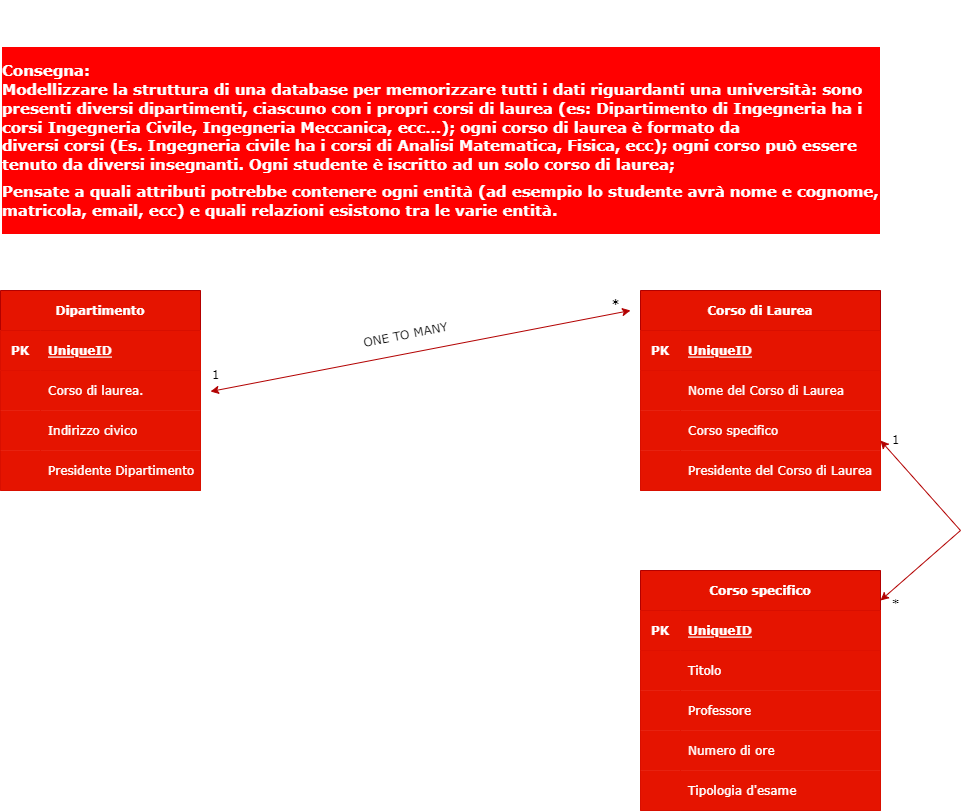
This is database diagram/Diagramma E-R.drawio.png from davidectna/db-university, a draw.io export, as it was before one commit. Source tidied: cells renumbered, new cells last; positions are measured from the earlier drawing's top-left corner, leaving out a move shared by most shapes.
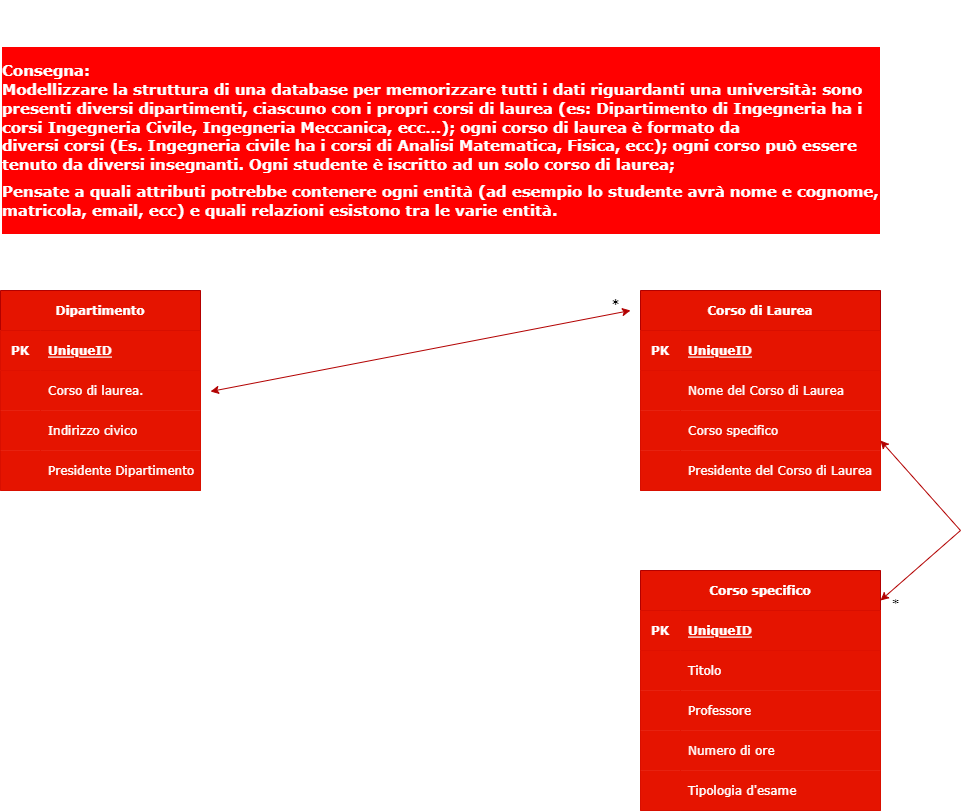
After the change.

The edit, as a diff of the source:
```diff
@@ -47,43 +47,43 @@
     <mxCell id="16" value="Corso di Laurea" style="shape=table;startSize=40;rowLines=0;fontStyle=1;align=center;labelBackgroundColor=none;labelBorderColor=none;fontFamily=Verdana;fillColor=#e51400;strokeColor=#B20000;fontColor=#ffffff;" parent="1" vertex="1">
       <mxGeometry x="640" y="290" width="240" height="200" as="geometry" />
     </mxCell>
-    <mxCell id="17" style="shape=tableRow;horizontal=0;startSize=0;swimlaneHead=0;swimlaneBody=0;fillColor=#e51400;top=0;left=0;right=0;bottom=1;labelBackgroundColor=none;labelBorderColor=none;fontFamily=Verdana;strokeColor=#B20000;fontColor=#ffffff;" parent="16" vertex="1">
+    <mxCell id="17" style="shape=tableRow;horizontal=0;startSize=0;swimlaneHead=0;swimlaneBody=0;fillColor=#e51400;top=0;left=0;right=0;bottom=1;labelBackgroundColor=none;labelBorderColor=none;fontFamily=Verdana;strokeColor=#B20000;fontColor=#FFFFFF;" parent="16" vertex="1">
       <mxGeometry y="40" width="240" height="40" as="geometry" />
     </mxCell>
-    <mxCell id="18" value="PK" style="shape=partialRectangle;fillColor=#e51400;top=0;left=0;bottom=0;right=0;fontStyle=1;overflow=hidden;labelBackgroundColor=none;labelBorderColor=none;fontFamily=Verdana;strokeColor=#B20000;fontColor=#ffffff;" parent="17" vertex="1">
+    <mxCell id="18" value="PK" style="shape=partialRectangle;fillColor=#e51400;top=0;left=0;bottom=0;right=0;fontStyle=1;overflow=hidden;labelBackgroundColor=none;labelBorderColor=none;fontFamily=Verdana;strokeColor=#B20000;fontColor=#FFFFFF;" parent="17" vertex="1">
       <mxGeometry width="40" height="40" as="geometry" />
     </mxCell>
-    <mxCell id="19" value="UniqueID" style="shape=partialRectangle;fillColor=#e51400;top=0;left=0;bottom=0;right=0;align=left;spacingLeft=6;fontStyle=5;overflow=hidden;labelBackgroundColor=none;labelBorderColor=none;fontFamily=Verdana;strokeColor=#B20000;fontColor=#ffffff;" parent="17" vertex="1">
+    <mxCell id="19" value="UniqueID" style="shape=partialRectangle;fillColor=#e51400;top=0;left=0;bottom=0;right=0;align=left;spacingLeft=6;fontStyle=5;overflow=hidden;labelBackgroundColor=none;labelBorderColor=none;fontFamily=Verdana;strokeColor=#B20000;fontColor=#FFFFFF;" parent="17" vertex="1">
       <mxGeometry x="40" width="200" height="40" as="geometry" />
     </mxCell>
-    <mxCell id="20" style="shape=tableRow;horizontal=0;startSize=0;swimlaneHead=0;swimlaneBody=0;fillColor=#e51400;top=0;left=0;right=0;bottom=0;labelBackgroundColor=none;labelBorderColor=none;fontFamily=Verdana;strokeColor=#B20000;fontColor=#ffffff;" parent="16" vertex="1">
+    <mxCell id="20" style="shape=tableRow;horizontal=0;startSize=0;swimlaneHead=0;swimlaneBody=0;fillColor=#e51400;top=0;left=0;right=0;bottom=0;labelBackgroundColor=none;labelBorderColor=none;fontFamily=Verdana;strokeColor=#B20000;fontColor=#FFFFFF;" parent="16" vertex="1">
       <mxGeometry y="80" width="240" height="40" as="geometry" />
     </mxCell>
-    <mxCell id="21" style="shape=partialRectangle;fillColor=#e51400;top=0;left=0;bottom=0;right=0;overflow=hidden;labelBackgroundColor=none;labelBorderColor=none;fontFamily=Verdana;strokeColor=#B20000;fontColor=#ffffff;" parent="20" vertex="1">
+    <mxCell id="21" style="shape=partialRectangle;fillColor=#e51400;top=0;left=0;bottom=0;right=0;overflow=hidden;labelBackgroundColor=none;labelBorderColor=none;fontFamily=Verdana;strokeColor=#B20000;fontColor=#FFFFFF;" parent="20" vertex="1">
       <mxGeometry width="40" height="40" as="geometry" />
     </mxCell>
-    <mxCell id="22" value="Nome del Corso di Laurea" style="shape=partialRectangle;fillColor=#e51400;top=0;left=0;bottom=0;right=0;align=left;spacingLeft=6;overflow=hidden;labelBackgroundColor=none;labelBorderColor=none;fontFamily=Verdana;strokeColor=#B20000;fontColor=#ffffff;" parent="20" vertex="1">
+    <mxCell id="22" value="Nome del Corso di Laurea" style="shape=partialRectangle;fillColor=#e51400;top=0;left=0;bottom=0;right=0;align=left;spacingLeft=6;overflow=hidden;labelBackgroundColor=none;labelBorderColor=none;fontFamily=Verdana;strokeColor=#B20000;fontColor=#FFFFFF;" parent="20" vertex="1">
       <mxGeometry x="40" width="200" height="40" as="geometry" />
     </mxCell>
-    <mxCell id="23" style="shape=tableRow;horizontal=0;startSize=0;swimlaneHead=0;swimlaneBody=0;fillColor=#e51400;top=0;left=0;right=0;bottom=0;labelBackgroundColor=none;labelBorderColor=none;fontFamily=Verdana;strokeColor=#B20000;fontColor=#ffffff;" parent="16" vertex="1">
+    <mxCell id="23" style="shape=tableRow;horizontal=0;startSize=0;swimlaneHead=0;swimlaneBody=0;fillColor=#e51400;top=0;left=0;right=0;bottom=0;labelBackgroundColor=none;labelBorderColor=none;fontFamily=Verdana;strokeColor=#B20000;fontColor=#FFFFFF;" parent="16" vertex="1">
       <mxGeometry y="120" width="240" height="40" as="geometry" />
     </mxCell>
-    <mxCell id="24" style="shape=partialRectangle;fillColor=#e51400;top=0;left=0;bottom=0;right=0;overflow=hidden;labelBackgroundColor=none;labelBorderColor=none;fontFamily=Verdana;strokeColor=#B20000;fontColor=#ffffff;" parent="23" vertex="1">
+    <mxCell id="24" style="shape=partialRectangle;fillColor=#e51400;top=0;left=0;bottom=0;right=0;overflow=hidden;labelBackgroundColor=none;labelBorderColor=none;fontFamily=Verdana;strokeColor=#B20000;fontColor=#FFFFFF;" parent="23" vertex="1">
       <mxGeometry width="40" height="40" as="geometry" />
     </mxCell>
-    <mxCell id="25" value="Corso specifico" style="shape=partialRectangle;fillColor=#e51400;top=0;left=0;bottom=0;right=0;align=left;spacingLeft=6;overflow=hidden;labelBackgroundColor=none;labelBorderColor=none;fontFamily=Verdana;strokeColor=#B20000;fontColor=#ffffff;" parent="23" vertex="1">
+    <mxCell id="25" value="Corso specifico" style="shape=partialRectangle;fillColor=#e51400;top=0;left=0;bottom=0;right=0;align=left;spacingLeft=6;overflow=hidden;labelBackgroundColor=none;labelBorderColor=none;fontFamily=Verdana;strokeColor=#B20000;fontColor=#FFFFFF;" parent="23" vertex="1">
       <mxGeometry x="40" width="200" height="40" as="geometry" />
     </mxCell>
-    <mxCell id="26" style="shape=tableRow;horizontal=0;startSize=0;swimlaneHead=0;swimlaneBody=0;fillColor=#e51400;top=0;left=0;right=0;bottom=0;labelBackgroundColor=none;labelBorderColor=none;fontFamily=Verdana;strokeColor=#B20000;fontColor=#ffffff;" parent="16" vertex="1">
+    <mxCell id="26" style="shape=tableRow;horizontal=0;startSize=0;swimlaneHead=0;swimlaneBody=0;fillColor=#e51400;top=0;left=0;right=0;bottom=0;labelBackgroundColor=none;labelBorderColor=none;fontFamily=Verdana;strokeColor=#B20000;fontColor=#FFFFFF;" parent="16" vertex="1">
       <mxGeometry y="160" width="240" height="40" as="geometry" />
     </mxCell>
-    <mxCell id="27" style="shape=partialRectangle;fillColor=#e51400;top=0;left=0;bottom=0;right=0;overflow=hidden;labelBackgroundColor=none;labelBorderColor=none;fontFamily=Verdana;strokeColor=#B20000;fontColor=#ffffff;" parent="26" vertex="1">
+    <mxCell id="27" style="shape=partialRectangle;fillColor=#e51400;top=0;left=0;bottom=0;right=0;overflow=hidden;labelBackgroundColor=none;labelBorderColor=none;fontFamily=Verdana;strokeColor=#B20000;fontColor=#FFFFFF;" parent="26" vertex="1">
       <mxGeometry width="40" height="40" as="geometry" />
     </mxCell>
-    <mxCell id="28" value="Presidente del Corso di Laurea" style="shape=partialRectangle;fillColor=#e51400;top=0;left=0;bottom=0;right=0;align=left;spacingLeft=6;overflow=hidden;labelBackgroundColor=none;labelBorderColor=none;fontFamily=Verdana;strokeColor=#B20000;fontColor=#ffffff;" parent="26" vertex="1">
+    <mxCell id="28" value="Presidente del Corso di Laurea" style="shape=partialRectangle;fillColor=#e51400;top=0;left=0;bottom=0;right=0;align=left;spacingLeft=6;overflow=hidden;labelBackgroundColor=none;labelBorderColor=none;fontFamily=Verdana;strokeColor=#B20000;fontColor=#FFFFFF;" parent="26" vertex="1">
       <mxGeometry x="40" width="200" height="40" as="geometry" />
     </mxCell>
-    <mxCell id="29" style="endArrow=classic;startArrow=classic;html=1;rounded=0;fontFamily=Verdana;fontColor=#000000;labelBackgroundColor=none;fillColor=#e51400;strokeColor=#B20000;" parent="1" edge="1">
+    <mxCell id="29" style="endArrow=classic;startArrow=classic;html=1;rounded=0;fontFamily=Verdana;fontColor=#FFFFFF;labelBackgroundColor=none;fillColor=#e51400;strokeColor=#B20000;" parent="1" edge="1">
       <mxGeometry relative="1" as="geometry">
         <mxPoint x="210" y="391" as="sourcePoint" />
         <mxPoint x="630" y="310" as="targetPoint" />
@@ -92,10 +92,10 @@
     <mxCell id="30" value="&lt;b&gt;*&lt;/b&gt;" style="text;html=1;align=center;verticalAlign=middle;fontFamily=Verdana;labelBackgroundColor=none;" parent="1" vertex="1">
       <mxGeometry x="600" y="290" width="30" height="30" as="geometry" />
     </mxCell>
-    <mxCell id="31" value="1" style="text;html=1;align=center;verticalAlign=middle;fontFamily=Verdana;labelBackgroundColor=none;" parent="1" vertex="1">
+    <mxCell id="31" value="1" style="text;html=1;align=center;verticalAlign=middle;fontFamily=Verdana;labelBackgroundColor=none;fontColor=#FFFFFF;" parent="1" vertex="1">
       <mxGeometry x="200" y="360" width="30" height="30" as="geometry" />
     </mxCell>
-    <mxCell id="32" value="ONE TO MANY" style="text;html=1;align=center;verticalAlign=middle;fontFamily=Verdana;rotation=349;labelBackgroundColor=none;" parent="1" vertex="1">
+    <mxCell id="32" value="ONE TO MANY" style="text;html=1;align=center;verticalAlign=middle;fontFamily=Verdana;rotation=349;labelBackgroundColor=none;fontColor=#FFFFFF;" parent="1" vertex="1">
       <mxGeometry x="350" y="320" width="110" height="30" as="geometry" />
     </mxCell>
     <mxCell id="33" value="Corso specifico" style="shape=table;startSize=40;rowLines=0;fontStyle=1;align=center;labelBackgroundColor=none;labelBorderColor=none;fontFamily=Verdana;fillColor=#e51400;strokeColor=#B20000;fontColor=#ffffff;" parent="1" vertex="1">
@@ -155,7 +155,7 @@
         </Array>
       </mxGeometry>
     </mxCell>
-    <mxCell id="50" value="1" style="text;html=1;align=center;verticalAlign=middle;fontFamily=Verdana;labelBackgroundColor=none;" parent="1" vertex="1">
+    <mxCell id="50" value="1" style="text;html=1;align=center;verticalAlign=middle;fontFamily=Verdana;labelBackgroundColor=none;fontColor=#FFFFFF;" parent="1" vertex="1">
       <mxGeometry x="880" y="425" width="30" height="30" as="geometry" />
     </mxCell>
     <mxCell id="51" value="*" style="text;html=1;align=center;verticalAlign=middle;fontFamily=Verdana;labelBackgroundColor=none;" parent="1" vertex="1">
```
